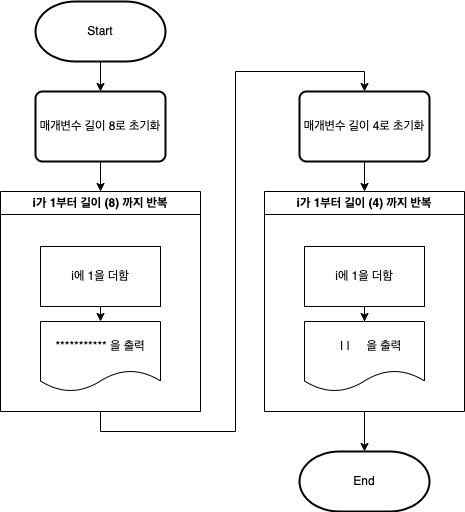
Earlier version of the draw.io export CodeStarterCamp_Week1/step2_flowchart.png (yagom-academy/swift-starter-Round1). Source tidied: cells renumbered, new cells last; positions are measured from the earlier drawing's top-left corner, leaving out a move shared by most shapes. Its diagram source:
```xml
<mxGraphModel>
  <root>
    <mxCell id="0" />
    <mxCell id="1" parent="0" />
    <mxCell id="2" style="edgeStyle=orthogonalEdgeStyle;rounded=0;jettySize=auto;html=1;exitX=0.5;exitY=1;exitDx=0;exitDy=0;exitPerimeter=0;entryX=0.5;entryY=0;entryDx=0;entryDy=0;" parent="1" edge="1" source="3" target="5">
      <mxGeometry relative="1" as="geometry" />
    </mxCell>
    <mxCell id="3" value="Start" style="strokeWidth=2;html=1;shape=mxgraph.flowchart.terminator;whiteSpace=wrap;" parent="1" vertex="1">
      <mxGeometry x="35" width="130" height="60" as="geometry" />
    </mxCell>
    <mxCell id="4" style="edgeStyle=orthogonalEdgeStyle;rounded=0;jettySize=auto;html=1;exitX=0.5;exitY=1;exitDx=0;exitDy=0;entryX=0.5;entryY=0;entryDx=0;entryDy=0;" parent="1" edge="1" source="5" target="8">
      <mxGeometry relative="1" as="geometry" />
    </mxCell>
    <mxCell id="5" value="매개변수 길이 8로 초기화" style="rounded=1;whiteSpace=wrap;html=1;absoluteArcSize=1;arcSize=14;strokeWidth=2;" parent="1" vertex="1">
      <mxGeometry x="35" y="90" width="130" height="70" as="geometry" />
    </mxCell>
    <mxCell id="6" style="edgeStyle=orthogonalEdgeStyle;rounded=0;orthogonalLoop=1;jettySize=auto;html=1;exitX=0.5;exitY=1;exitDx=0;exitDy=0;" parent="1" edge="1" source="5" target="5">
      <mxGeometry relative="1" as="geometry" />
    </mxCell>
    <mxCell id="7" style="edgeStyle=orthogonalEdgeStyle;rounded=0;jettySize=auto;html=1;exitX=0.5;exitY=1;exitDx=0;exitDy=0;entryX=0.5;entryY=0;entryDx=0;entryDy=0;" parent="1" edge="1" source="8" target="13">
      <mxGeometry relative="1" as="geometry">
        <Array as="points">
          <mxPoint x="100" y="430" />
          <mxPoint x="235" y="430" />
          <mxPoint x="235" y="70" />
          <mxPoint x="364" y="70" />
        </Array>
      </mxGeometry>
    </mxCell>
    <mxCell id="8" value="i가 1부터 길이 (8) 까지 반복" style="swimlane;whiteSpace=wrap;html=1;" parent="1" vertex="1">
      <mxGeometry y="190" width="200" height="220" as="geometry" />
    </mxCell>
    <mxCell id="9" value="i에 1을 더함" style="rounded=0;whiteSpace=wrap;html=1;" parent="8" vertex="1">
      <mxGeometry x="40" y="55" width="120" height="60" as="geometry" />
    </mxCell>
    <mxCell id="10" value="*********** 을 출력" style="shape=document;whiteSpace=wrap;html=1;boundedLbl=1;" parent="8" vertex="1">
      <mxGeometry x="40" y="130" width="120" height="70" as="geometry" />
    </mxCell>
    <mxCell id="11" style="endArrow=classic;html=1;rounded=0;exitX=0.5;exitY=1;exitDx=0;exitDy=0;" parent="8" edge="1" source="9" target="10">
      <mxGeometry relative="1" as="geometry" />
    </mxCell>
    <mxCell id="12" style="edgeStyle=orthogonalEdgeStyle;rounded=0;jettySize=auto;html=1;exitX=0.5;exitY=1;exitDx=0;exitDy=0;entryX=0.5;entryY=0;entryDx=0;entryDy=0;" parent="1" edge="1" source="13" target="14">
      <mxGeometry relative="1" as="geometry" />
    </mxCell>
    <mxCell id="13" value="매개변수 길이 4로 초기화" style="rounded=1;whiteSpace=wrap;html=1;absoluteArcSize=1;arcSize=14;strokeWidth=2;" parent="1" vertex="1">
      <mxGeometry x="299" y="90" width="130" height="70" as="geometry" />
    </mxCell>
    <mxCell id="14" value="i가 1부터 길이 (4) 까지 반복" style="swimlane;whiteSpace=wrap;html=1;" parent="1" vertex="1">
      <mxGeometry x="264" y="190" width="200" height="220" as="geometry" />
    </mxCell>
    <mxCell id="15" style="edgeStyle=orthogonalEdgeStyle;rounded=0;jettySize=auto;html=1;entryX=0.5;entryY=0;entryDx=0;entryDy=0;" parent="14" edge="1" source="16" target="17">
      <mxGeometry relative="1" as="geometry" />
    </mxCell>
    <mxCell id="16" value="i에 1을 더함" style="rounded=0;whiteSpace=wrap;html=1;" parent="14" vertex="1">
      <mxGeometry x="40" y="55" width="120" height="60" as="geometry" />
    </mxCell>
    <mxCell id="17" value="&amp;nbsp; &amp;nbsp; | |&amp;nbsp; &amp;nbsp; &amp;nbsp;을 출력" style="shape=document;whiteSpace=wrap;html=1;boundedLbl=1;" parent="14" vertex="1">
      <mxGeometry x="40" y="130" width="120" height="70" as="geometry" />
    </mxCell>
    <mxCell id="18" style="endArrow=classic;html=1;rounded=0;exitX=0.5;exitY=1;exitDx=0;exitDy=0;entryX=0.5;entryY=0;entryDx=0;entryDy=0;entryPerimeter=0;" parent="1" edge="1" source="14" target="19">
      <mxGeometry relative="1" as="geometry" />
    </mxCell>
    <mxCell id="19" value="End" style="strokeWidth=2;html=1;shape=mxgraph.flowchart.terminator;whiteSpace=wrap;" parent="1" vertex="1">
      <mxGeometry x="299" y="450" width="130" height="60" as="geometry" />
    </mxCell>
  </root>
</mxGraphModel>
```
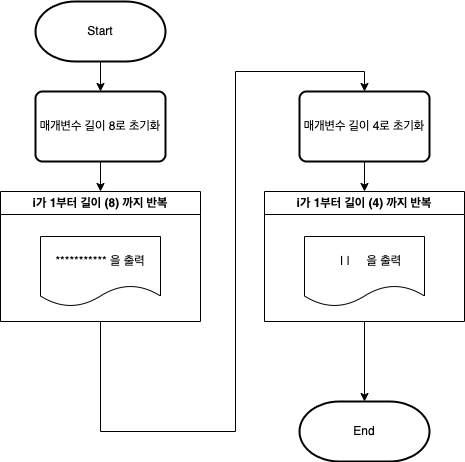
The same diagram one commit later.

Commit message:
Fix: 1주차 미션 - Step 2 - 피드백 반영

Change to the diagram source:
```diff
@@ -28,17 +28,11 @@
       </mxGeometry>
     </mxCell>
     <mxCell id="8" value="i가 1부터 길이 (8) 까지 반복" style="swimlane;whiteSpace=wrap;html=1;" parent="1" vertex="1">
-      <mxGeometry y="190" width="200" height="220" as="geometry" />
+      <mxGeometry y="190" width="200" height="130" as="geometry" />
     </mxCell>
-    <mxCell id="9" value="i에 1을 더함" style="rounded=0;whiteSpace=wrap;html=1;" parent="8" vertex="1">
-      <mxGeometry x="40" y="55" width="120" height="60" as="geometry" />
-    </mxCell>
     <mxCell id="10" value="*********** 을 출력" style="shape=document;whiteSpace=wrap;html=1;boundedLbl=1;" parent="8" vertex="1">
-      <mxGeometry x="40" y="130" width="120" height="70" as="geometry" />
+      <mxGeometry x="40" y="45" width="120" height="70" as="geometry" />
     </mxCell>
-    <mxCell id="11" style="endArrow=classic;html=1;rounded=0;exitX=0.5;exitY=1;exitDx=0;exitDy=0;" parent="8" edge="1" source="9" target="10">
-      <mxGeometry relative="1" as="geometry" />
-    </mxCell>
     <mxCell id="12" style="edgeStyle=orthogonalEdgeStyle;rounded=0;jettySize=auto;html=1;exitX=0.5;exitY=1;exitDx=0;exitDy=0;entryX=0.5;entryY=0;entryDx=0;entryDy=0;" parent="1" edge="1" source="13" target="14">
       <mxGeometry relative="1" as="geometry" />
     </mxCell>
@@ -46,22 +40,16 @@
       <mxGeometry x="299" y="90" width="130" height="70" as="geometry" />
     </mxCell>
     <mxCell id="14" value="i가 1부터 길이 (4) 까지 반복" style="swimlane;whiteSpace=wrap;html=1;" parent="1" vertex="1">
-      <mxGeometry x="264" y="190" width="200" height="220" as="geometry" />
+      <mxGeometry x="264" y="190" width="200" height="130" as="geometry" />
     </mxCell>
-    <mxCell id="15" style="edgeStyle=orthogonalEdgeStyle;rounded=0;jettySize=auto;html=1;entryX=0.5;entryY=0;entryDx=0;entryDy=0;" parent="14" edge="1" source="16" target="17">
-      <mxGeometry relative="1" as="geometry" />
-    </mxCell>
-    <mxCell id="16" value="i에 1을 더함" style="rounded=0;whiteSpace=wrap;html=1;" parent="14" vertex="1">
-      <mxGeometry x="40" y="55" width="120" height="60" as="geometry" />
-    </mxCell>
     <mxCell id="17" value="&amp;nbsp; &amp;nbsp; | |&amp;nbsp; &amp;nbsp; &amp;nbsp;을 출력" style="shape=document;whiteSpace=wrap;html=1;boundedLbl=1;" parent="14" vertex="1">
-      <mxGeometry x="40" y="130" width="120" height="70" as="geometry" />
+      <mxGeometry x="40" y="45" width="120" height="70" as="geometry" />
     </mxCell>
     <mxCell id="18" style="endArrow=classic;html=1;rounded=0;exitX=0.5;exitY=1;exitDx=0;exitDy=0;entryX=0.5;entryY=0;entryDx=0;entryDy=0;entryPerimeter=0;" parent="1" edge="1" source="14" target="19">
       <mxGeometry relative="1" as="geometry" />
     </mxCell>
     <mxCell id="19" value="End" style="strokeWidth=2;html=1;shape=mxgraph.flowchart.terminator;whiteSpace=wrap;" parent="1" vertex="1">
-      <mxGeometry x="299" y="450" width="130" height="60" as="geometry" />
+      <mxGeometry x="299" y="400" width="130" height="60" as="geometry" />
     </mxCell>
   </root>
 </mxGraphModel>
```
